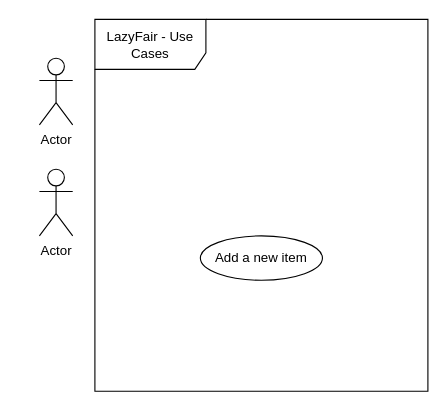
Before: Workshop 1 Use Case Diagram.drawio in antonykimuom/SWEN30006-2025-SM1-workshop1-tuew05-14-00-team-12, a draw.io diagram. Source tidied: cells renumbered, new cells numbered last; positions are measured from the earlier drawing's top-left corner, leaving out a move shared by most shapes. Both pictures are drawn from the tidied source at 111%, with x=0, y=0 at pixel (39, 19).
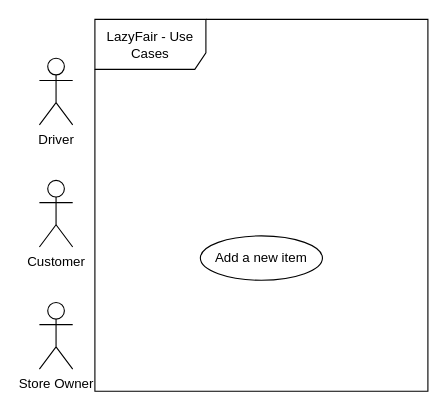
The same page after the edit.

Commit message:
Added another actor

The edit, as a diff of the source:
```diff
@@
 <mxGraphModel>
   <root>
     <mxCell id="0" />
     <mxCell id="1" parent="0" />
     <mxCell id="2" value="LazyFair - Use Cases" style="shape=umlFrame;whiteSpace=wrap;html=1;width=100;height=45;" parent="1" vertex="1">
       <mxGeometry x="50" width="300" height="335" as="geometry" />
     </mxCell>
     <mxCell id="3" value="Add a new item" style="ellipse;whiteSpace=wrap;html=1;" parent="1" vertex="1">
       <mxGeometry x="145" y="195" width="110" height="40" as="geometry" />
     </mxCell>
-    <mxCell id="4" value="Actor" style="shape=umlActor;verticalLabelPosition=bottom;verticalAlign=top;html=1;" parent="1" vertex="1">
+    <mxCell id="4" value="Driver" style="shape=umlActor;verticalLabelPosition=bottom;verticalAlign=top;html=1;" parent="1" vertex="1">
       <mxGeometry y="35" width="30" height="60" as="geometry" />
     </mxCell>
-    <mxCell id="5" value="Actor" style="shape=umlActor;verticalLabelPosition=bottom;verticalAlign=top;html=1;" parent="1" vertex="1">
-      <mxGeometry y="135" width="30" height="60" as="geometry" />
+    <mxCell id="5" value="Store Owner" style="shape=umlActor;verticalLabelPosition=bottom;verticalAlign=top;html=1;" parent="1" vertex="1">
+      <mxGeometry y="255" width="30" height="60" as="geometry" />
     </mxCell>
+    <mxCell id="6" value="Customer" style="shape=umlActor;verticalLabelPosition=bottom;verticalAlign=top;html=1;" parent="1" vertex="1">
+      <mxGeometry y="145" width="30" height="60" as="geometry" />
+    </mxCell>
   </root>
 </mxGraphModel>
```
